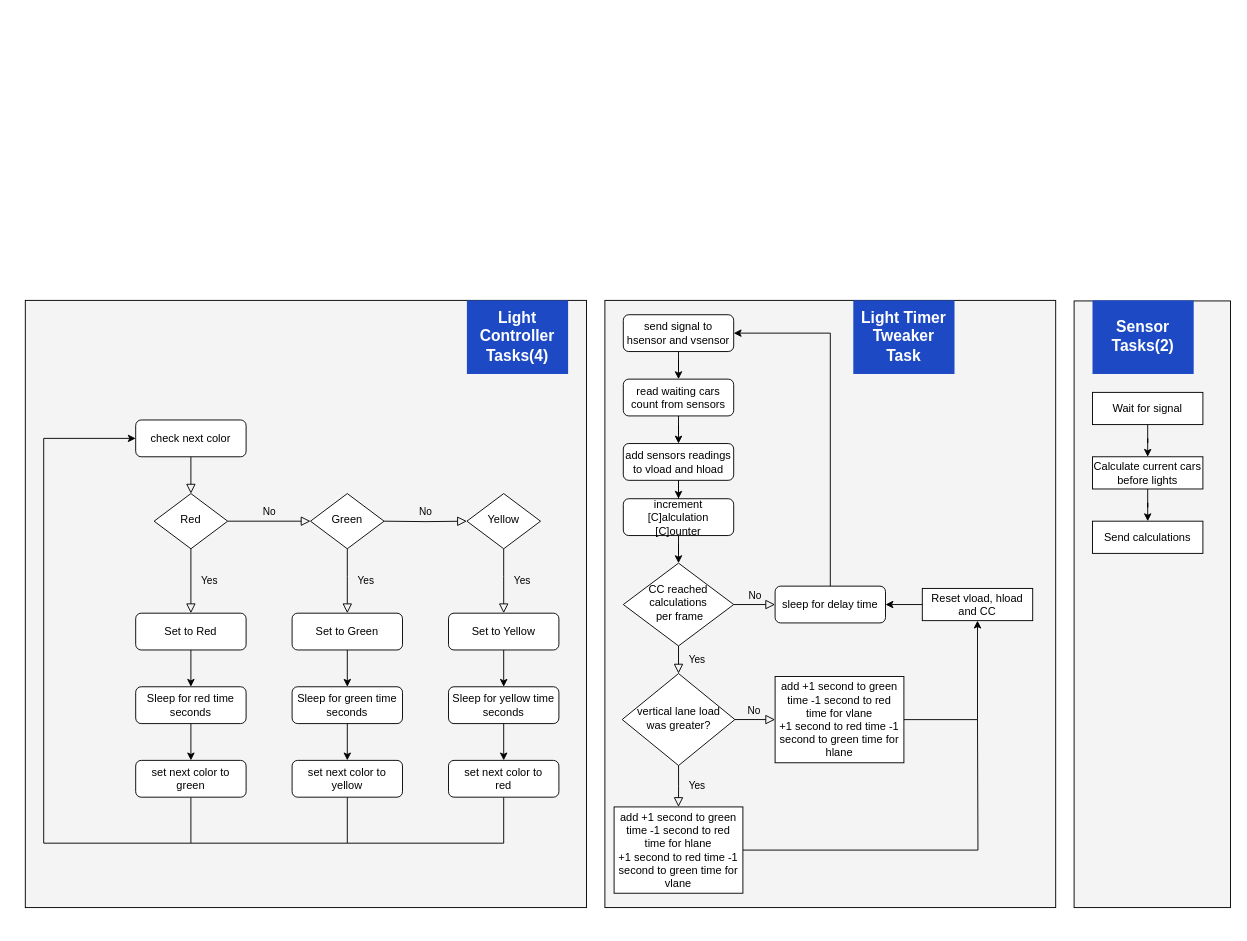
This is RTS_Light_Controller.drawio from Eboubaker/real_time_traffic_controller, a draw.io file, before an edit. Source tidied: cells renumbered, new cells numbered last; positions are measured from the earlier drawing's top-left corner, leaving out a move shared by most shapes. Both pictures are drawn from the tidied source at 92%, with x=0, y=0 at pixel (25, 300).
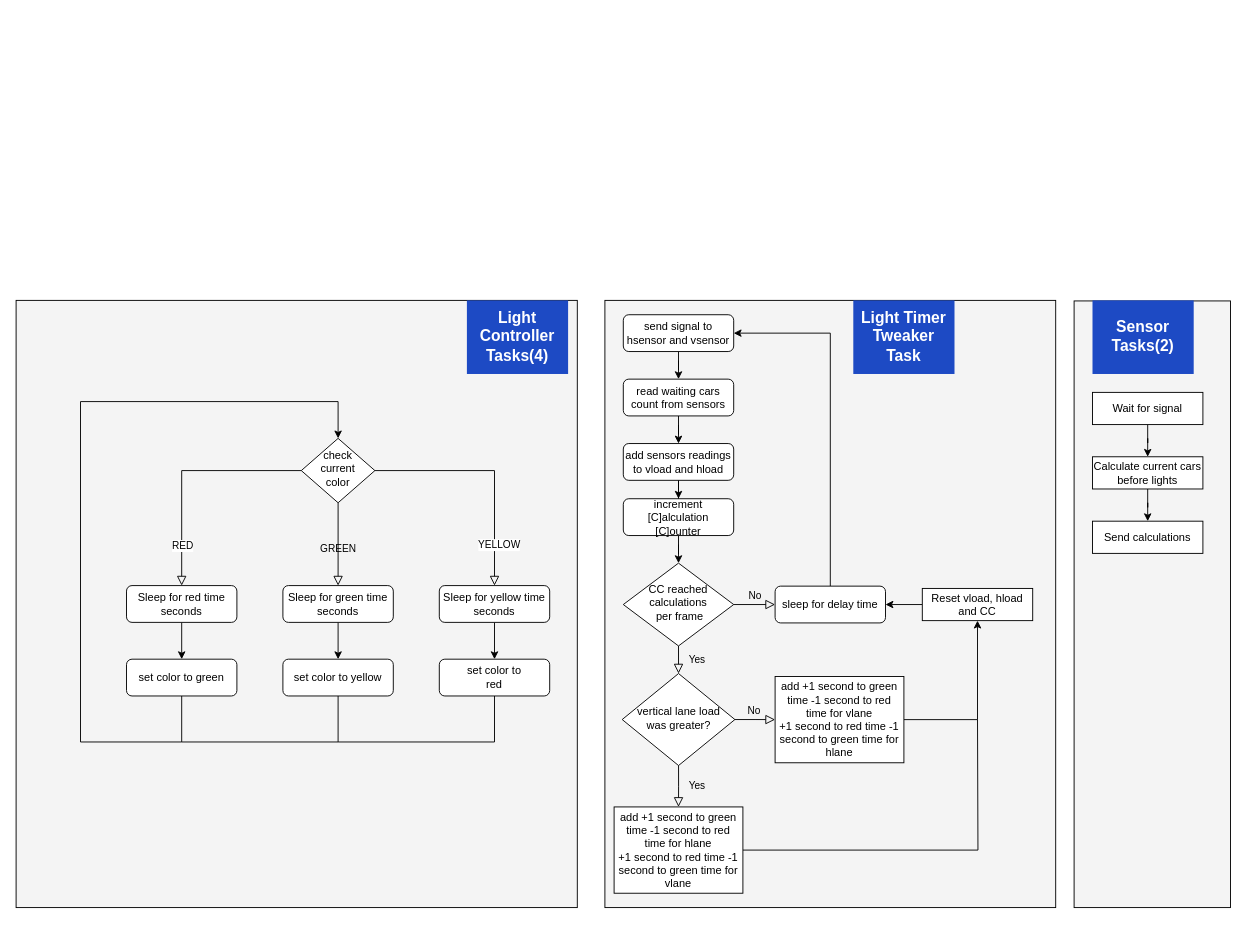
After the change.

Change to the diagram source:
```diff
@@
     <mxCell id="4" style="rounded=0;whiteSpace=wrap;html=1;fillColor=#D1D1D140;" parent="1" vertex="1">
-      <mxGeometry width="610" height="660" as="geometry" />
+      <mxGeometry x="-10" width="610" height="660" as="geometry" />
     </mxCell>
-    <mxCell id="5" style="rounded=0;html=1;jettySize=auto;fontSize=11;endArrow=block;endFill=0;endSize=8;strokeWidth=1;shadow=0;labelBackgroundColor=none;edgeStyle=orthogonalEdgeStyle;exitX=0.5;exitY=1;exitDx=0;exitDy=0;" parent="1" edge="1" source="13" target="8">
-      <mxGeometry relative="1" as="geometry" />
-    </mxCell>
-    <mxCell id="6" value="Yes" style="rounded=0;html=1;jettySize=auto;fontSize=11;endArrow=block;endFill=0;endSize=8;strokeWidth=1;shadow=0;labelBackgroundColor=none;edgeStyle=orthogonalEdgeStyle;entryX=0.5;entryY=0;entryDx=0;entryDy=0;" parent="1" edge="1" source="8" target="12">
-      <mxGeometry y="20" relative="1" as="geometry" />
+    <mxCell id="6" value="&lt;br&gt;&lt;br&gt;&lt;br&gt;&lt;br&gt;&lt;br&gt;&lt;br&gt;&lt;br&gt;&lt;br&gt;&lt;br&gt;&lt;br&gt;&lt;br&gt;&lt;br&gt;&lt;br&gt;&lt;br&gt;&lt;br&gt;&lt;br&gt;&lt;br&gt;&lt;br&gt;&lt;br&gt;&lt;br&gt;&lt;br&gt;&lt;br&gt;&lt;br&gt;&lt;br&gt;&lt;br&gt;&lt;br&gt;&lt;br&gt;&lt;br&gt;&lt;br&gt;&lt;br&gt;&lt;br&gt;&lt;br&gt;&lt;br&gt;&lt;br&gt;&lt;br&gt;&lt;br&gt;&lt;br&gt;&lt;br&gt;&lt;br&gt;&lt;br&gt;&lt;br&gt;&lt;br&gt;&lt;br&gt;&lt;br&gt;&lt;br&gt;&lt;br&gt;&lt;br&gt;&lt;br&gt;&lt;br&gt;&lt;br&gt;&lt;br&gt;&lt;br&gt;&lt;br&gt;&lt;br&gt;&lt;br&gt;&lt;br&gt;&lt;br&gt;&lt;br&gt;&lt;br&gt;&lt;br&gt;&lt;br&gt;&lt;br&gt;&lt;br&gt;&lt;br&gt;&lt;br&gt;&lt;br&gt;&lt;br&gt;&lt;br&gt;&lt;br&gt;&lt;br&gt;&lt;br&gt;&lt;br&gt;&lt;br&gt;&lt;br&gt;&lt;br&gt;" style="rounded=0;html=1;jettySize=auto;fontSize=11;endArrow=block;endFill=0;endSize=8;strokeWidth=1;shadow=0;labelBackgroundColor=none;edgeStyle=orthogonalEdgeStyle;entryX=0.5;entryY=0;entryDx=0;entryDy=0;" parent="1" edge="1" source="8" target="10">
+      <mxGeometry x="-0.57" relative="1" as="geometry" />
     </mxCell>
+    <mxCell id="63" value="RED" style="edgeLabel;html=1;align=center;verticalAlign=middle;" parent="6" vertex="1">
+      <mxGeometry x="-0.25" y="5" relative="1" as="geometry">
+        <mxPoint x="-34" y="76" as="offset" />
+      </mxGeometry>
+    </mxCell>
-    <mxCell id="7" value="No" style="edgeStyle=orthogonalEdgeStyle;rounded=0;html=1;jettySize=auto;fontSize=11;endArrow=block;endFill=0;endSize=8;strokeWidth=1;shadow=0;labelBackgroundColor=none;entryX=0;entryY=0.5;entryDx=0;entryDy=0;" parent="1" edge="1" source="8" target="16">
-      <mxGeometry y="10" relative="1" as="geometry" />
+    <mxCell id="7" value="GREEN" style="edgeStyle=orthogonalEdgeStyle;rounded=0;html=1;jettySize=auto;fontSize=11;endArrow=block;endFill=0;endSize=8;strokeWidth=1;shadow=0;labelBackgroundColor=none;entryX=0.5;entryY=0;entryDx=0;entryDy=0;" parent="1" edge="1" source="8" target="20">
+      <mxGeometry x="0.11" relative="1" as="geometry" />
     </mxCell>
+    <mxCell id="64" style="edgeStyle=orthogonalEdgeStyle;rounded=0;jettySize=auto;html=1;endArrow=block;endFill=0;strokeWidth=1;endSize=8;entryX=0.5;entryY=0;entryDx=0;entryDy=0;" parent="1" edge="1" source="8" target="30">
+      <mxGeometry relative="1" as="geometry" />
+    </mxCell>
+    <mxCell id="65" value="YELLOW" style="edgeLabel;html=1;align=center;verticalAlign=middle;" parent="64" vertex="1">
+      <mxGeometry x="0.65" y="4" relative="1" as="geometry" />
+    </mxCell>
-    <mxCell id="8" value="Red" style="rhombus;whiteSpace=wrap;html=1;shadow=0;fontFamily=Helvetica;fontSize=12;align=center;strokeWidth=1;spacing=6;spacingTop=-4;" parent="1" vertex="1">
-      <mxGeometry x="140" y="210" width="80" height="60" as="geometry" />
+    <mxCell id="8" value="check current &lt;br&gt;color" style="rhombus;whiteSpace=wrap;html=1;shadow=0;fontFamily=Helvetica;fontSize=12;align=center;strokeWidth=1;spacing=6;spacingTop=-4;" parent="1" vertex="1">
+      <mxGeometry x="300" y="150" width="80" height="70" as="geometry" />
     </mxCell>
@@
     <mxCell id="10" value="Sleep for red time seconds" style="rounded=1;whiteSpace=wrap;html=1;fontSize=12;glass=0;strokeWidth=1;shadow=0;" parent="1" vertex="1">
-      <mxGeometry x="120" y="420" width="120" height="40" as="geometry" />
+      <mxGeometry x="110" y="310" width="120" height="40" as="geometry" />
     </mxCell>
-    <mxCell id="11" style="edgeStyle=orthogonalEdgeStyle;rounded=0;jettySize=auto;html=1;" parent="1" edge="1" source="12" target="10">
-      <mxGeometry relative="1" as="geometry" />
-    </mxCell>
-    <mxCell id="12" value="Set to Red" style="rounded=1;whiteSpace=wrap;html=1;fontSize=12;glass=0;strokeWidth=1;shadow=0;" parent="1" vertex="1">
-      <mxGeometry x="120" y="340" width="120" height="40" as="geometry" />
-    </mxCell>
-    <mxCell id="13" value="check next color" style="rounded=1;whiteSpace=wrap;html=1;fontSize=12;glass=0;strokeWidth=1;shadow=0;" parent="1" vertex="1">
-      <mxGeometry x="120" y="130" width="120" height="40" as="geometry" />
-    </mxCell>
-    <mxCell id="14" style="edgeStyle=orthogonalEdgeStyle;rounded=0;jettySize=auto;html=1;entryX=0;entryY=0.5;entryDx=0;entryDy=0;exitX=0.5;exitY=1;exitDx=0;exitDy=0;" parent="1" edge="1" source="15" target="13">
+    <mxCell id="14" style="edgeStyle=orthogonalEdgeStyle;rounded=0;jettySize=auto;html=1;entryX=0.5;entryY=0;entryDx=0;entryDy=0;exitX=0.5;exitY=1;exitDx=0;exitDy=0;" parent="1" edge="1" source="15" target="8">
       <mxGeometry relative="1" as="geometry">
         <Array as="points">
-          <mxPoint x="180" y="590" />
-          <mxPoint x="20" y="590" />
-          <mxPoint x="20" y="150" />
+          <mxPoint x="170" y="480" />
+          <mxPoint x="60" y="480" />
+          <mxPoint x="60" y="110" />
+          <mxPoint x="340" y="110" />
         </Array>
       </mxGeometry>
     </mxCell>
-    <mxCell id="15" value="set next color to green" style="rounded=1;whiteSpace=wrap;html=1;fontSize=12;glass=0;strokeWidth=1;shadow=0;" parent="1" vertex="1">
-      <mxGeometry x="120" y="500" width="120" height="40" as="geometry" />
+    <mxCell id="15" value="set color to green" style="rounded=1;whiteSpace=wrap;html=1;fontSize=12;glass=0;strokeWidth=1;shadow=0;" parent="1" vertex="1">
+      <mxGeometry x="110" y="390" width="120" height="40" as="geometry" />
     </mxCell>
-    <mxCell id="16" value="Green" style="rhombus;whiteSpace=wrap;html=1;shadow=0;fontFamily=Helvetica;fontSize=12;align=center;strokeWidth=1;spacing=6;spacingTop=-4;" parent="1" vertex="1">
-      <mxGeometry x="310" y="210" width="80" height="60" as="geometry" />
-    </mxCell>
-    <mxCell id="17" style="edgeStyle=orthogonalEdgeStyle;rounded=0;jettySize=auto;html=1;" parent="1" edge="1" source="18" target="20">
-      <mxGeometry relative="1" as="geometry" />
-    </mxCell>
-    <mxCell id="18" value="Set to Green" style="rounded=1;whiteSpace=wrap;html=1;fontSize=12;glass=0;strokeWidth=1;shadow=0;" parent="1" vertex="1">
-      <mxGeometry x="290" y="340" width="120" height="40" as="geometry" />
-    </mxCell>
@@
     <mxCell id="20" value="Sleep for green time seconds" style="rounded=1;whiteSpace=wrap;html=1;fontSize=12;glass=0;strokeWidth=1;shadow=0;" parent="1" vertex="1">
-      <mxGeometry x="290" y="420" width="120" height="40" as="geometry" />
+      <mxGeometry x="280" y="310" width="120" height="40" as="geometry" />
     </mxCell>
-    <mxCell id="21" value="Yes" style="rounded=0;html=1;jettySize=auto;fontSize=11;endArrow=block;endFill=0;endSize=8;strokeWidth=1;shadow=0;labelBackgroundColor=none;edgeStyle=orthogonalEdgeStyle;entryX=0.5;entryY=0;entryDx=0;entryDy=0;exitX=0.5;exitY=1;exitDx=0;exitDy=0;" parent="1" edge="1" source="16" target="18">
-      <mxGeometry y="20" relative="1" as="geometry">
-        <Array as="points">
-          <mxPoint x="350" y="300" />
-          <mxPoint x="350" y="300" />
-        </Array>
-      </mxGeometry>
-    </mxCell>
     <mxCell id="22" style="edgeStyle=orthogonalEdgeStyle;rounded=0;jettySize=auto;html=1;endArrow=none;endFill=0;" parent="1" edge="1" source="23">
       <mxGeometry relative="1" as="geometry">
-        <mxPoint x="180" y="590" as="targetPoint" />
+        <mxPoint x="170" y="480" as="targetPoint" />
         <Array as="points">
-          <mxPoint x="350" y="590" />
+          <mxPoint x="340" y="480" />
         </Array>
       </mxGeometry>
     </mxCell>
-    <mxCell id="23" value="set next color to yellow" style="rounded=1;whiteSpace=wrap;html=1;fontSize=12;glass=0;strokeWidth=1;shadow=0;" parent="1" vertex="1">
-      <mxGeometry x="290" y="500" width="120" height="40" as="geometry" />
+    <mxCell id="23" value="set color to yellow" style="rounded=1;whiteSpace=wrap;html=1;fontSize=12;glass=0;strokeWidth=1;shadow=0;" parent="1" vertex="1">
+      <mxGeometry x="280" y="390" width="120" height="40" as="geometry" />
     </mxCell>
-    <mxCell id="24" value="Yellow" style="rhombus;whiteSpace=wrap;html=1;shadow=0;fontFamily=Helvetica;fontSize=12;align=center;strokeWidth=1;spacing=6;spacingTop=-4;" parent="1" vertex="1">
-      <mxGeometry x="480" y="210" width="80" height="60" as="geometry" />
-    </mxCell>
-    <mxCell id="25" style="edgeStyle=orthogonalEdgeStyle;rounded=0;jettySize=auto;html=1;" parent="1" edge="1" source="26" target="30">
-      <mxGeometry relative="1" as="geometry" />
-    </mxCell>
-    <mxCell id="26" value="Set to Yellow" style="rounded=1;whiteSpace=wrap;html=1;fontSize=12;glass=0;strokeWidth=1;shadow=0;" parent="1" vertex="1">
-      <mxGeometry x="460" y="340" width="120" height="40" as="geometry" />
-    </mxCell>
-    <mxCell id="27" value="No" style="edgeStyle=orthogonalEdgeStyle;rounded=0;html=1;jettySize=auto;fontSize=11;endArrow=block;endFill=0;endSize=8;strokeWidth=1;shadow=0;labelBackgroundColor=none;entryX=0;entryY=0.5;entryDx=0;entryDy=0;" parent="1" edge="1" target="24">
-      <mxGeometry y="10" relative="1" as="geometry">
-        <mxPoint x="390" y="240" as="sourcePoint" />
-      </mxGeometry>
-    </mxCell>
-    <mxCell id="28" value="Yes" style="rounded=0;html=1;jettySize=auto;fontSize=11;endArrow=block;endFill=0;endSize=8;strokeWidth=1;shadow=0;labelBackgroundColor=none;edgeStyle=orthogonalEdgeStyle;entryX=0.5;entryY=0;entryDx=0;entryDy=0;exitX=0.5;exitY=1;exitDx=0;exitDy=0;" parent="1" edge="1" source="24" target="26">
-      <mxGeometry y="20" relative="1" as="geometry">
-        <Array as="points">
-          <mxPoint x="520" y="300" />
-          <mxPoint x="520" y="300" />
-        </Array>
-      </mxGeometry>
-    </mxCell>
@@
     <mxCell id="30" value="Sleep for yellow time seconds" style="rounded=1;whiteSpace=wrap;html=1;fontSize=12;glass=0;strokeWidth=1;shadow=0;" parent="1" vertex="1">
-      <mxGeometry x="460" y="420" width="120" height="40" as="geometry" />
+      <mxGeometry x="450" y="310" width="120" height="40" as="geometry" />
     </mxCell>
     <mxCell id="31" style="edgeStyle=orthogonalEdgeStyle;rounded=0;jettySize=auto;html=1;endArrow=none;endFill=0;" parent="1" edge="1" source="32">
       <mxGeometry relative="1" as="geometry">
-        <mxPoint x="350" y="590" as="targetPoint" />
+        <mxPoint x="340" y="480" as="targetPoint" />
         <Array as="points">
-          <mxPoint x="520" y="590" />
+          <mxPoint x="510" y="480" />
         </Array>
       </mxGeometry>
     </mxCell>
-    <mxCell id="32" value="set next color to &lt;br&gt;red" style="rounded=1;whiteSpace=wrap;html=1;fontSize=12;glass=0;strokeWidth=1;shadow=0;" parent="1" vertex="1">
-      <mxGeometry x="460" y="500" width="120" height="40" as="geometry" />
+    <mxCell id="32" value="set color to &lt;br&gt;red" style="rounded=1;whiteSpace=wrap;html=1;fontSize=12;glass=0;strokeWidth=1;shadow=0;" parent="1" vertex="1">
+      <mxGeometry x="450" y="390" width="120" height="40" as="geometry" />
     </mxCell>
```
